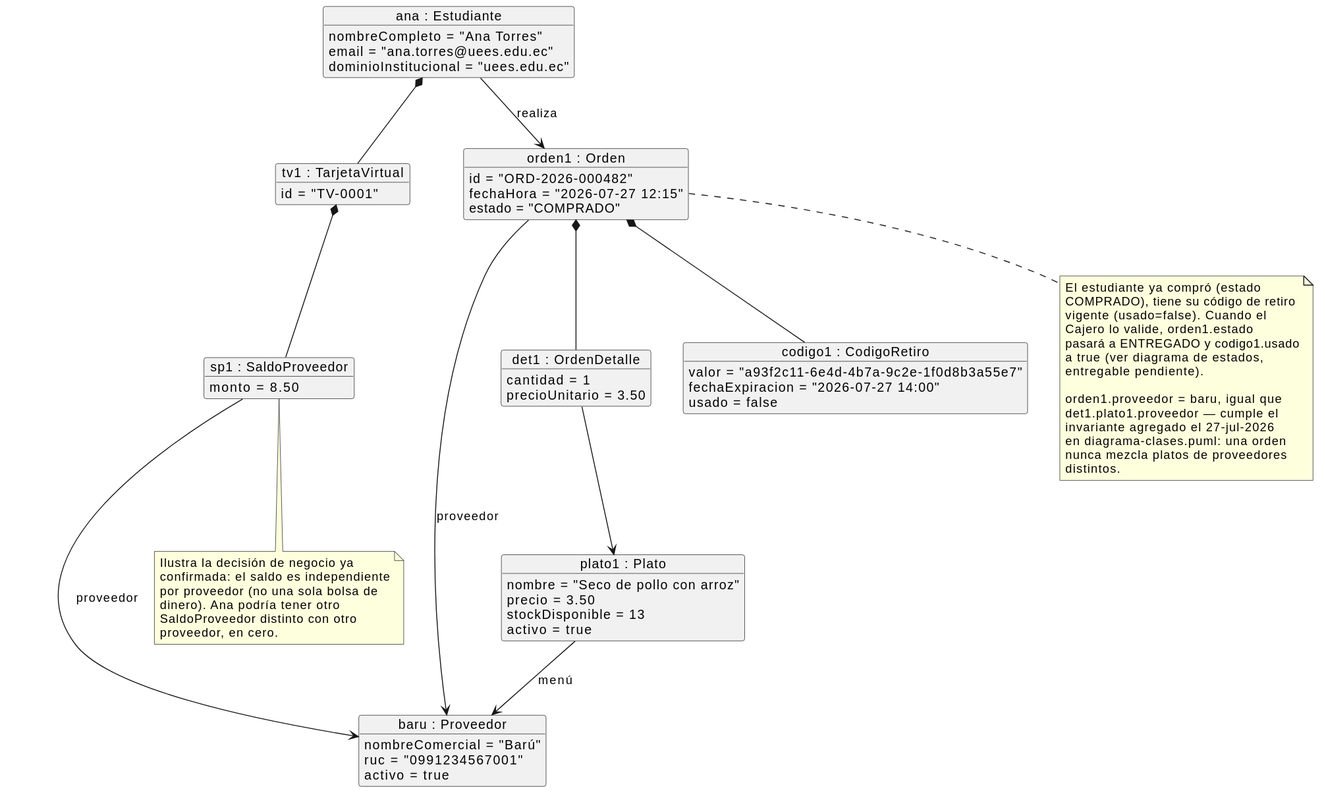
Jesus-JB/aliflow keeps this PlantUML diagram as uml/objeto-billetera-orden.svg. Above is the earlier version.
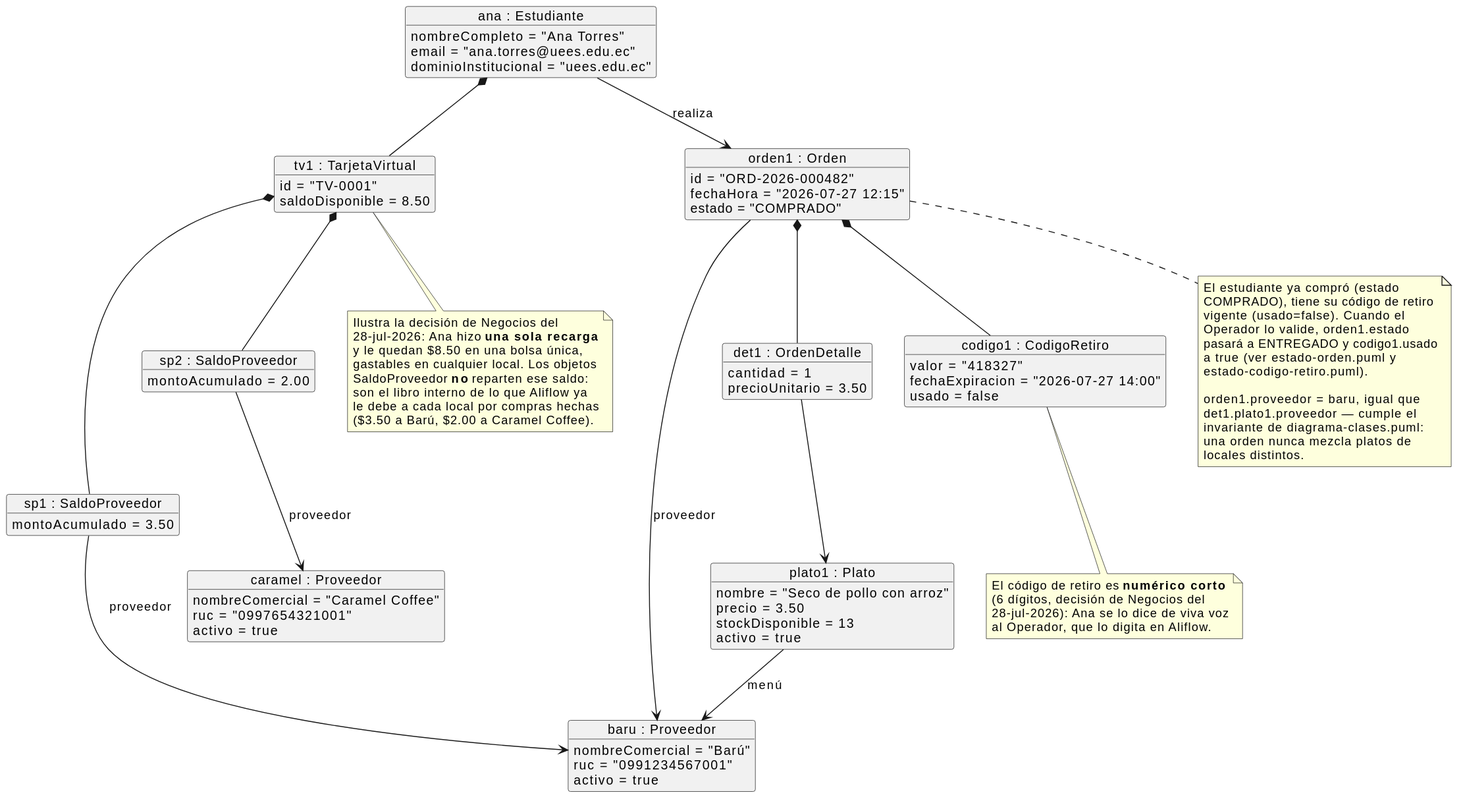
The same file after the commit.

What changed in the source:
```diff
@@ -4,6 +4,12 @@
 object "baru : Proveedor" as baru {
   nombreComercial = "Barú"
   ruc = "0991234567001"
+  activo = true
+}
+
+object "caramel : Proveedor" as caramel {
+  nombreComercial = "Caramel Coffee"
+  ruc = "0997654321001"
   activo = true
 }
 
@@ -22,10 +28,15 @@
 
 object "tv1 : TarjetaVirtual" as tv1 {
   id = "TV-0001"
+  saldoDisponible = 8.50
 }
 
 object "sp1 : SaldoProveedor" as sp1 {
-  monto = 8.50
+  montoAcumulado = 3.50
+}
+
+object "sp2 : SaldoProveedor" as sp2 {
+  montoAcumulado = 2.00
 }
 
 object "orden1 : Orden" as orden1 {
@@ -40,14 +51,16 @@
 }
 
 object "codigo1 : CodigoRetiro" as codigo1 {
-  valor = "a93f2c11-6e4d-4b7a-9c2e-1f0d8b3a55e7"
+  valor = "418327"
   fechaExpiracion = "2026-07-27 14:00"
   usado = false
 }
 
 ana *-- tv1
 tv1 *-- sp1
+tv1 *-- sp2
 sp1 --> baru : proveedor
+sp2 --> caramel : proveedor
 ana --> orden1 : realiza
 orden1 --> baru : proveedor
 orden1 *-- det1
@@ -55,29 +68,37 @@
 plato1 --> baru : menú
 orden1 *-- codigo1
 
-note bottom of sp1
-  Ilustra la decisión de negocio ya
-  confirmada: el saldo es independiente
-  por proveedor (no una sola bolsa de
-  dinero). Ana podría tener otro
-  SaldoProveedor distinto con otro
-  proveedor, en cero.
+note bottom of tv1
+  Ilustra la decisión de Negocios del
+  28-jul-2026: Ana hizo **una sola recarga**
+  y le quedan $8.50 en una bolsa única,
+  gastables en cualquier local. Los objetos
+  SaldoProveedor **no** reparten ese saldo:
+  son el libro interno de lo que Aliflow ya
+  le debe a cada local por compras hechas
+  ($3.50 a Barú, $2.00 a Caramel Coffee).
+end note
+
+note bottom of codigo1
+  El código de retiro es **numérico corto**
+  (6 dígitos, decisión de Negocios del
+  28-jul-2026): Ana se lo dice de viva voz
+  al Operador, que lo digita en Aliflow.
 end note
 
 note bottom of orden1
   El estudiante ya compró (estado
   COMPRADO), tiene su código de retiro
   vigente (usado=false). Cuando el
-  Cajero lo valide, orden1.estado
+  Operador lo valide, orden1.estado
   pasará a ENTREGADO y codigo1.usado
-  a true (ver diagrama de estados,
-  entregable pendiente).
+  a true (ver estado-orden.puml y
+  estado-codigo-retiro.puml).
 
   orden1.proveedor = baru, igual que
   det1.plato1.proveedor — cumple el
-  invariante agregado el 27-jul-2026
-  en diagrama-clases.puml: una orden
-  nunca mezcla platos de proveedores
-  distintos.
+  invariante de diagrama-clases.puml:
+  una orden nunca mezcla platos de
+  locales distintos.
 end note
 @enduml
```
